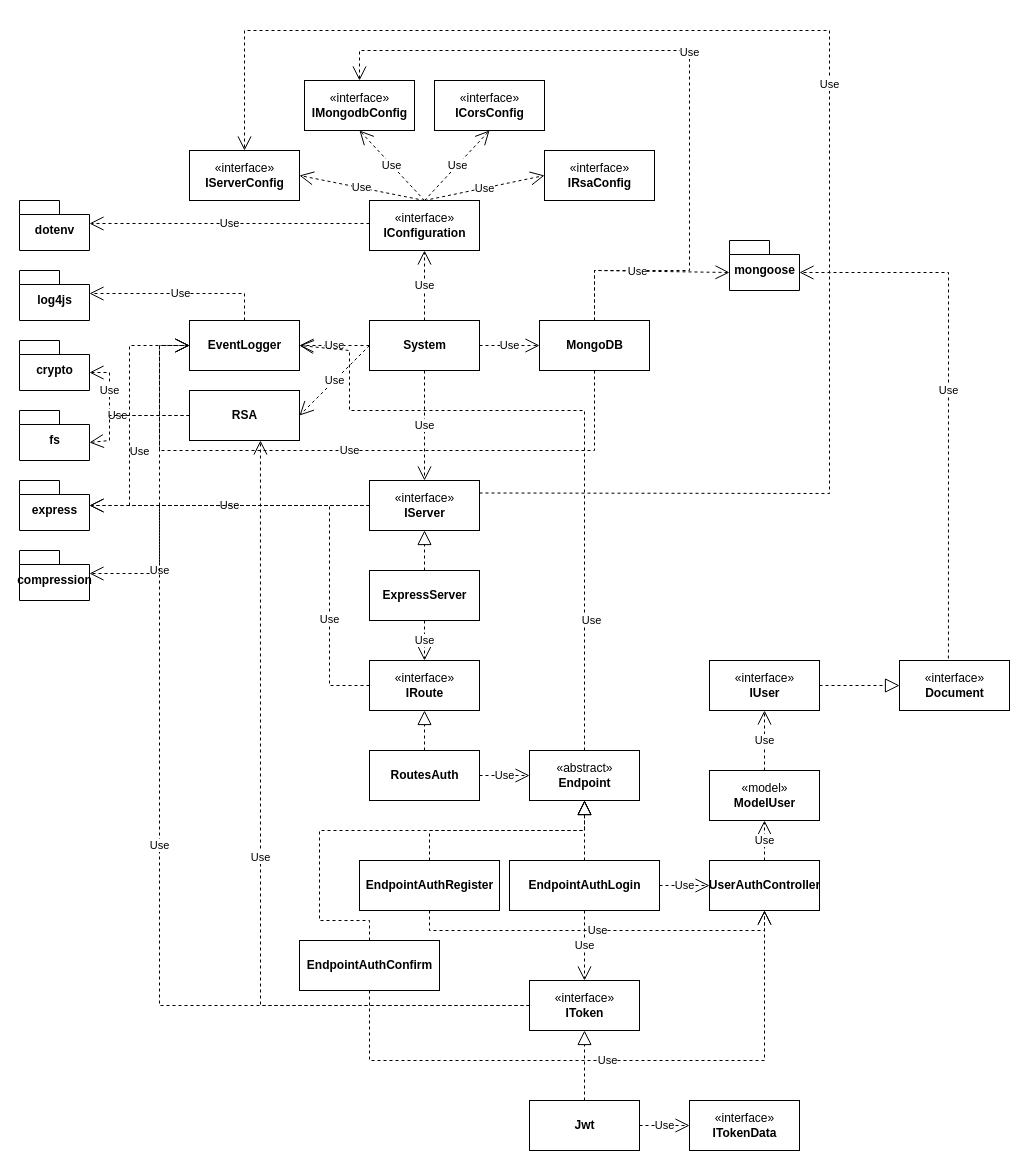
This is api-docs/draw.io/architecture.drawio from syr0s/todo-backend, a draw.io file, before an edit. Source tidied: cells renumbered, new cells numbered last; positions are measured from the earlier drawing's top-left corner, leaving out a move shared by most shapes. Both pictures are drawn from the tidied source at 100%, with x=0, y=0 at pixel (19, 30).
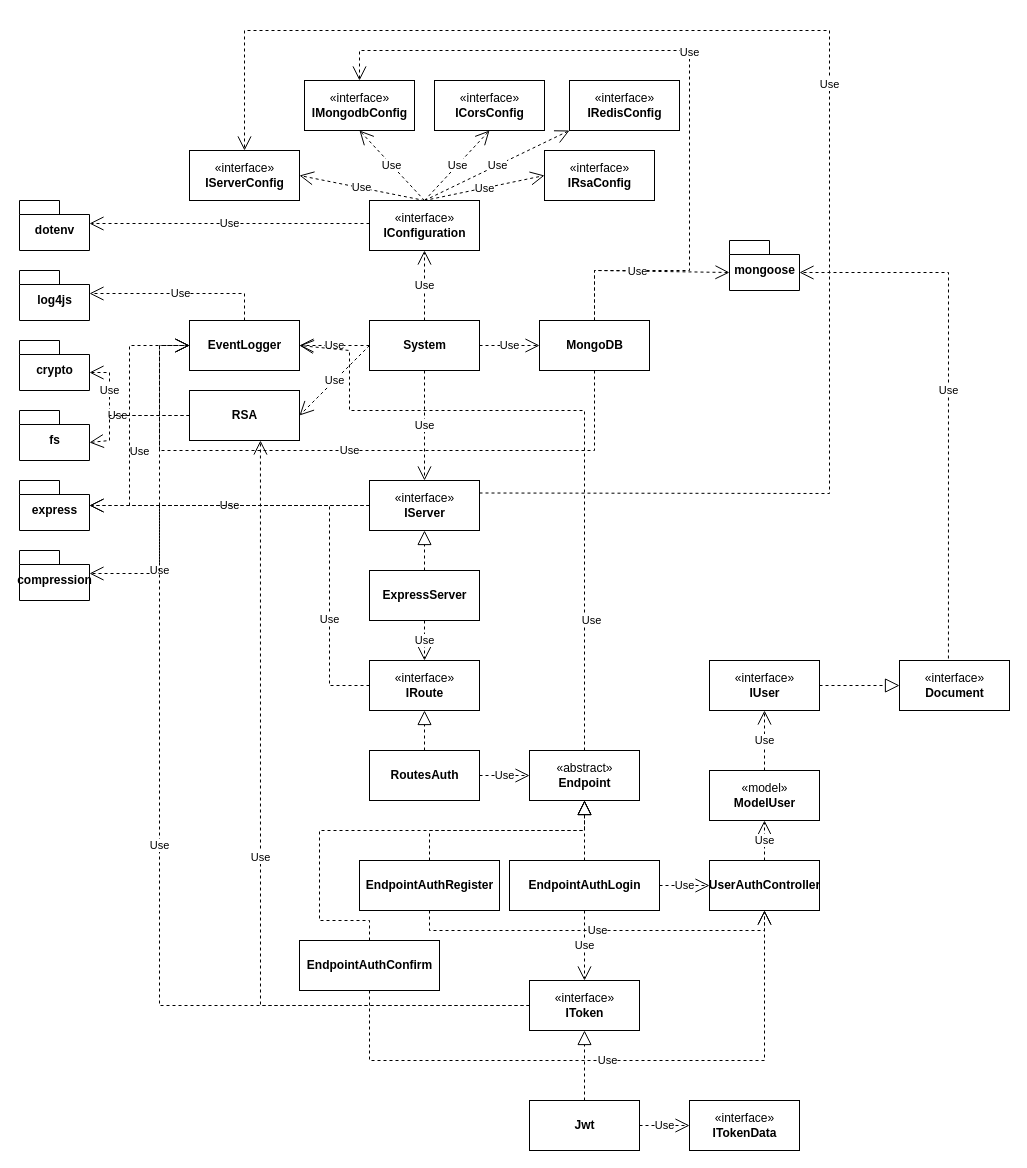
The same diagram, later.

Unchanged cells that the change refers to:
```xml
<mxCell id="2" value="«interface»&lt;br&gt;&lt;b&gt;IConfiguration&lt;/b&gt;" style="html=1;" parent="1" vertex="1">
  <mxGeometry x="350" y="170" width="110" height="50" as="geometry" />
</mxCell>
```

Diff of the diagram source:
```diff
@@
+    <mxCell id="74" value="«interface»&lt;br&gt;&lt;b&gt;IRedisConfig&lt;/b&gt;" style="html=1;" parent="1" vertex="1">
+      <mxGeometry x="550" y="50" width="110" height="50" as="geometry" />
+    </mxCell>
+    <mxCell id="75" value="Use" style="endArrow=open;endSize=12;dashed=1;html=1;rounded=0;exitX=0.5;exitY=0;exitDx=0;exitDy=0;entryX=0;entryY=1;entryDx=0;entryDy=0;" parent="1" edge="1" source="2" target="74">
+      <mxGeometry relative="1" as="geometry" />
+    </mxCell>
```
